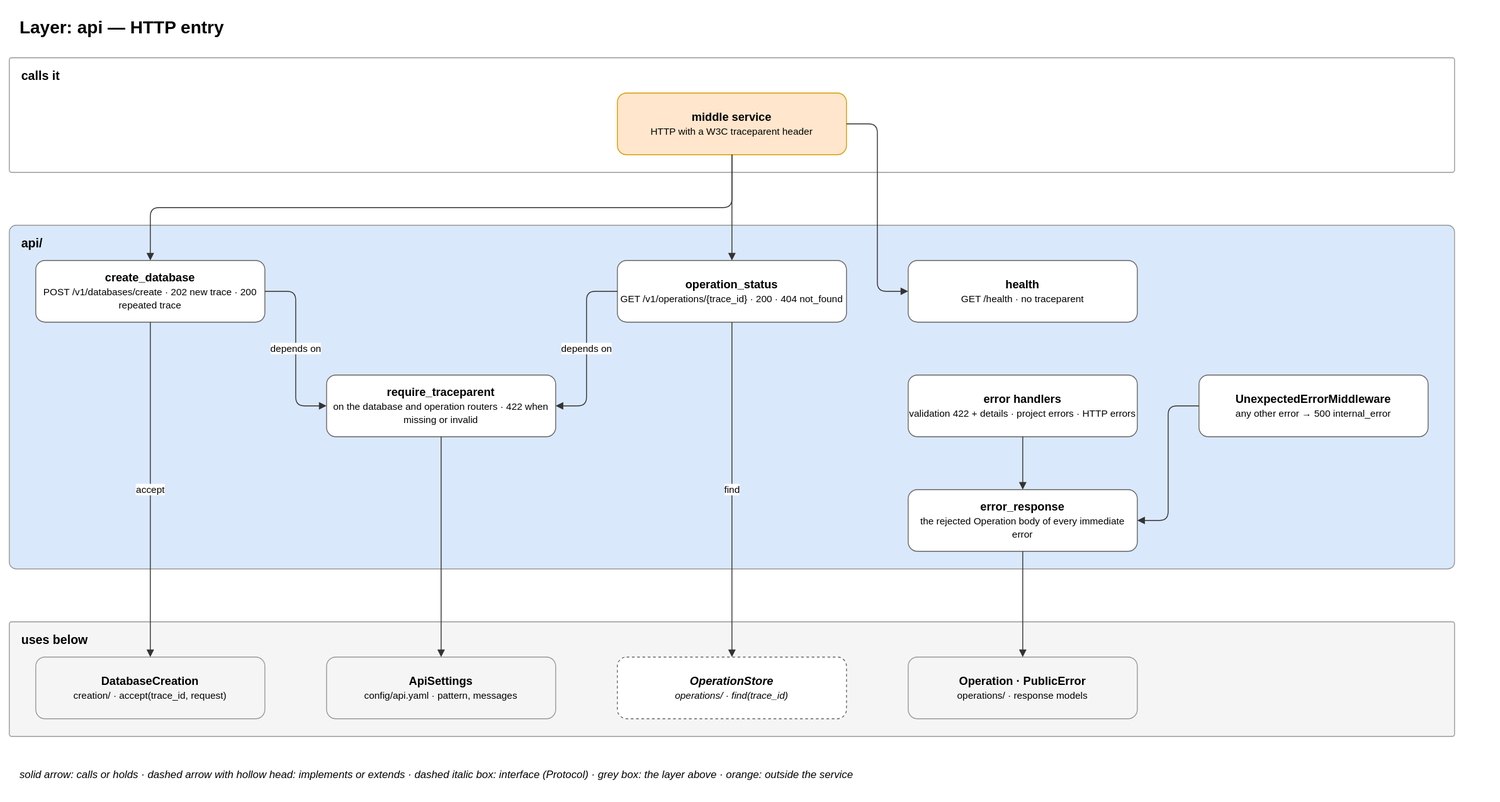
This is docs/diagrams/03-layer-api.drawio.svg from EliShteinman/redis-enterprise-services, a draw.io export, as it was before one commit. Source tidied: cells renumbered, new cells last; positions are measured from the earlier drawing's top-left corner, leaving out a move shared by most shapes. Source of this version:
```xml
<mxGraphModel>
  <root>
    <mxCell id="0" />
    <mxCell id="1" parent="0" />
    <mxCell id="2" value="&lt;b&gt;Layer: api — HTTP entry&lt;/b&gt;" style="text;html=1;fontSize=20;align=left;verticalAlign=middle;" parent="1" vertex="1">
      <mxGeometry x="10" width="1660" height="40" as="geometry" />
    </mxCell>
    <mxCell id="3" value="&lt;b&gt;calls it&lt;/b&gt;" style="rounded=1;arcSize=2;fillColor=#ffffff;strokeColor=#999999;verticalAlign=top;align=left;spacingLeft=12;spacingTop=6;html=1;fontSize=14;" parent="1" vertex="1">
      <mxGeometry y="55" width="1640" height="130" as="geometry" />
    </mxCell>
    <mxCell id="4" value="&lt;b&gt;middle service&lt;/b&gt;&lt;br&gt;&lt;font style='font-size:11px'&gt;HTTP with a W3C traceparent header&lt;/font&gt;" style="rounded=1;whiteSpace=wrap;html=1;fillColor=#ffe6cc;strokeColor=#d79b00;fontSize=13;" parent="1" vertex="1">
      <mxGeometry x="690" y="95" width="260" height="70" as="geometry" />
    </mxCell>
    <mxCell id="5" value="&lt;b&gt;api/&lt;/b&gt;" style="rounded=1;arcSize=2;fillColor=#dae8fc;strokeColor=#999999;verticalAlign=top;align=left;spacingLeft=12;spacingTop=6;html=1;fontSize=14;" parent="1" vertex="1">
      <mxGeometry y="245" width="1640" height="390" as="geometry" />
    </mxCell>
    <mxCell id="6" value="&lt;b&gt;create_database&lt;/b&gt;&lt;br&gt;&lt;font style='font-size:11px'&gt;POST /v1/databases/create · 202 new trace · 200 repeated trace&lt;/font&gt;" style="rounded=1;whiteSpace=wrap;html=1;fillColor=#ffffff;strokeColor=#666666;fontSize=13;" parent="1" vertex="1">
      <mxGeometry x="30" y="285" width="260" height="70" as="geometry" />
    </mxCell>
    <mxCell id="7" value="&lt;b&gt;operation_status&lt;/b&gt;&lt;br&gt;&lt;font style='font-size:11px'&gt;GET /v1/operations/{trace_id} · 200 · 404 not_found&lt;/font&gt;" style="rounded=1;whiteSpace=wrap;html=1;fillColor=#ffffff;strokeColor=#666666;fontSize=13;" parent="1" vertex="1">
      <mxGeometry x="690" y="285" width="260" height="70" as="geometry" />
    </mxCell>
    <mxCell id="8" value="&lt;b&gt;health&lt;/b&gt;&lt;br&gt;&lt;font style='font-size:11px'&gt;GET /health · no traceparent&lt;/font&gt;" style="rounded=1;whiteSpace=wrap;html=1;fillColor=#ffffff;strokeColor=#666666;fontSize=13;" parent="1" vertex="1">
      <mxGeometry x="1020" y="285" width="260" height="70" as="geometry" />
    </mxCell>
    <mxCell id="9" value="&lt;b&gt;require_traceparent&lt;/b&gt;&lt;br&gt;&lt;font style='font-size:11px'&gt;on the database and operation routers · 422 when missing or invalid&lt;/font&gt;" style="rounded=1;whiteSpace=wrap;html=1;fillColor=#ffffff;strokeColor=#666666;fontSize=13;" parent="1" vertex="1">
      <mxGeometry x="360" y="415" width="260" height="70" as="geometry" />
    </mxCell>
    <mxCell id="10" value="&lt;b&gt;error handlers&lt;/b&gt;&lt;br&gt;&lt;font style='font-size:11px'&gt;validation 422 + details · project errors · HTTP errors&lt;/font&gt;" style="rounded=1;whiteSpace=wrap;html=1;fillColor=#ffffff;strokeColor=#666666;fontSize=13;" parent="1" vertex="1">
      <mxGeometry x="1020" y="415" width="260" height="70" as="geometry" />
    </mxCell>
    <mxCell id="11" value="&lt;b&gt;UnexpectedErrorMiddleware&lt;/b&gt;&lt;br&gt;&lt;font style='font-size:11px'&gt;any other error → 500 internal_error&lt;/font&gt;" style="rounded=1;whiteSpace=wrap;html=1;fillColor=#ffffff;strokeColor=#666666;fontSize=13;" parent="1" vertex="1">
      <mxGeometry x="1350" y="415" width="260" height="70" as="geometry" />
    </mxCell>
    <mxCell id="12" value="&lt;b&gt;error_response&lt;/b&gt;&lt;br&gt;&lt;font style='font-size:11px'&gt;the rejected Operation body of every immediate error&lt;/font&gt;" style="rounded=1;whiteSpace=wrap;html=1;fillColor=#ffffff;strokeColor=#666666;fontSize=13;" parent="1" vertex="1">
      <mxGeometry x="1020" y="545" width="260" height="70" as="geometry" />
    </mxCell>
    <mxCell id="13" value="&lt;b&gt;uses below&lt;/b&gt;" style="rounded=1;arcSize=2;fillColor=#f5f5f5;strokeColor=#999999;verticalAlign=top;align=left;spacingLeft=12;spacingTop=6;html=1;fontSize=14;" parent="1" vertex="1">
      <mxGeometry y="695" width="1640" height="130" as="geometry" />
    </mxCell>
    <mxCell id="14" value="&lt;b&gt;DatabaseCreation&lt;/b&gt;&lt;br&gt;&lt;font style='font-size:11px'&gt;creation/ · accept(trace_id, request)&lt;/font&gt;" style="rounded=1;whiteSpace=wrap;html=1;fillColor=#f5f5f5;strokeColor=#999999;fontSize=13;" parent="1" vertex="1">
      <mxGeometry x="30" y="735" width="260" height="70" as="geometry" />
    </mxCell>
    <mxCell id="15" value="&lt;b&gt;ApiSettings&lt;/b&gt;&lt;br&gt;&lt;font style='font-size:11px'&gt;config/api.yaml · pattern, messages&lt;/font&gt;" style="rounded=1;whiteSpace=wrap;html=1;fillColor=#f5f5f5;strokeColor=#999999;fontSize=13;" parent="1" vertex="1">
      <mxGeometry x="360" y="735" width="260" height="70" as="geometry" />
    </mxCell>
    <mxCell id="16" value="&lt;b&gt;OperationStore&lt;/b&gt;&lt;br&gt;&lt;font style='font-size:11px'&gt;operations/ · find(trace_id)&lt;/font&gt;" style="rounded=1;whiteSpace=wrap;html=1;fillColor=#ffffff;strokeColor=#666666;fontSize=13;dashed=1;fontStyle=2;" parent="1" vertex="1">
      <mxGeometry x="690" y="735" width="260" height="70" as="geometry" />
    </mxCell>
    <mxCell id="17" value="&lt;b&gt;Operation · PublicError&lt;/b&gt;&lt;br&gt;&lt;font style='font-size:11px'&gt;operations/ · response models&lt;/font&gt;" style="rounded=1;whiteSpace=wrap;html=1;fillColor=#f5f5f5;strokeColor=#999999;fontSize=13;" parent="1" vertex="1">
      <mxGeometry x="1020" y="735" width="260" height="70" as="geometry" />
    </mxCell>
    <mxCell id="18" style="edgeStyle=orthogonalEdgeStyle;rounded=1;html=1;fontSize=11;labelBackgroundColor=#ffffff;exitX=0.5;exitY=1;entryX=0.5;entryY=0;endArrow=block;strokeColor=#333333;" parent="1" edge="1" source="4" target="6">
      <mxGeometry relative="1" as="geometry" />
    </mxCell>
    <mxCell id="19" style="edgeStyle=orthogonalEdgeStyle;rounded=1;html=1;fontSize=11;labelBackgroundColor=#ffffff;exitX=0.5;exitY=1;entryX=0.5;entryY=0;endArrow=block;strokeColor=#333333;" parent="1" edge="1" source="4" target="7">
      <mxGeometry relative="1" as="geometry" />
    </mxCell>
    <mxCell id="20" style="edgeStyle=orthogonalEdgeStyle;rounded=1;html=1;fontSize=11;labelBackgroundColor=#ffffff;exitX=1;exitY=0.5;entryX=0;entryY=0.5;endArrow=block;strokeColor=#333333;" parent="1" edge="1" source="4" target="8">
      <mxGeometry relative="1" as="geometry" />
    </mxCell>
    <mxCell id="21" value="depends on" style="edgeStyle=orthogonalEdgeStyle;rounded=1;html=1;fontSize=11;labelBackgroundColor=#ffffff;exitX=1;exitY=0.5;entryX=0;entryY=0.5;endArrow=block;strokeColor=#333333;" parent="1" edge="1" source="6" target="9">
      <mxGeometry relative="1" as="geometry" />
    </mxCell>
    <mxCell id="22" value="depends on" style="edgeStyle=orthogonalEdgeStyle;rounded=1;html=1;fontSize=11;labelBackgroundColor=#ffffff;exitX=0;exitY=0.5;entryX=1;entryY=0.5;endArrow=block;strokeColor=#333333;" parent="1" edge="1" source="7" target="9">
      <mxGeometry relative="1" as="geometry" />
    </mxCell>
    <mxCell id="23" value="accept" style="edgeStyle=orthogonalEdgeStyle;rounded=1;html=1;fontSize=11;labelBackgroundColor=#ffffff;exitX=0.5;exitY=1;entryX=0.5;entryY=0;endArrow=block;strokeColor=#333333;" parent="1" edge="1" source="6" target="14">
      <mxGeometry relative="1" as="geometry" />
    </mxCell>
    <mxCell id="24" value="find" style="edgeStyle=orthogonalEdgeStyle;rounded=1;html=1;fontSize=11;labelBackgroundColor=#ffffff;exitX=0.5;exitY=1;entryX=0.5;entryY=0;endArrow=block;strokeColor=#333333;" parent="1" edge="1" source="7" target="16">
      <mxGeometry relative="1" as="geometry" />
    </mxCell>
    <mxCell id="25" style="edgeStyle=orthogonalEdgeStyle;rounded=1;html=1;fontSize=11;labelBackgroundColor=#ffffff;exitX=0.5;exitY=1;entryX=0.5;entryY=0;endArrow=block;strokeColor=#333333;" parent="1" edge="1" source="9" target="15">
      <mxGeometry relative="1" as="geometry" />
    </mxCell>
    <mxCell id="26" style="edgeStyle=orthogonalEdgeStyle;rounded=1;html=1;fontSize=11;labelBackgroundColor=#ffffff;exitX=0.5;exitY=1;entryX=0.5;entryY=0;endArrow=block;strokeColor=#333333;" parent="1" edge="1" source="10" target="12">
      <mxGeometry relative="1" as="geometry" />
    </mxCell>
    <mxCell id="27" style="edgeStyle=orthogonalEdgeStyle;rounded=1;html=1;fontSize=11;labelBackgroundColor=#ffffff;exitX=0;exitY=0.5;entryX=1;entryY=0.5;endArrow=block;strokeColor=#333333;" parent="1" edge="1" source="11" target="12">
      <mxGeometry relative="1" as="geometry" />
    </mxCell>
    <mxCell id="28" style="edgeStyle=orthogonalEdgeStyle;rounded=1;html=1;fontSize=11;labelBackgroundColor=#ffffff;exitX=0.5;exitY=1;entryX=0.5;entryY=0;endArrow=block;strokeColor=#333333;" parent="1" edge="1" source="12" target="17">
      <mxGeometry relative="1" as="geometry" />
    </mxCell>
    <mxCell id="29" value="&lt;i&gt;solid arrow: calls or holds · dashed arrow with hollow head: implements or extends · dashed italic box: interface (Protocol) · grey box: the layer above · orange: outside the service&lt;/i&gt;" style="text;html=1;fontSize=12;align=left;" parent="1" vertex="1">
      <mxGeometry x="10" y="855" width="1660" height="24" as="geometry" />
    </mxCell>
  </root>
</mxGraphModel>
```
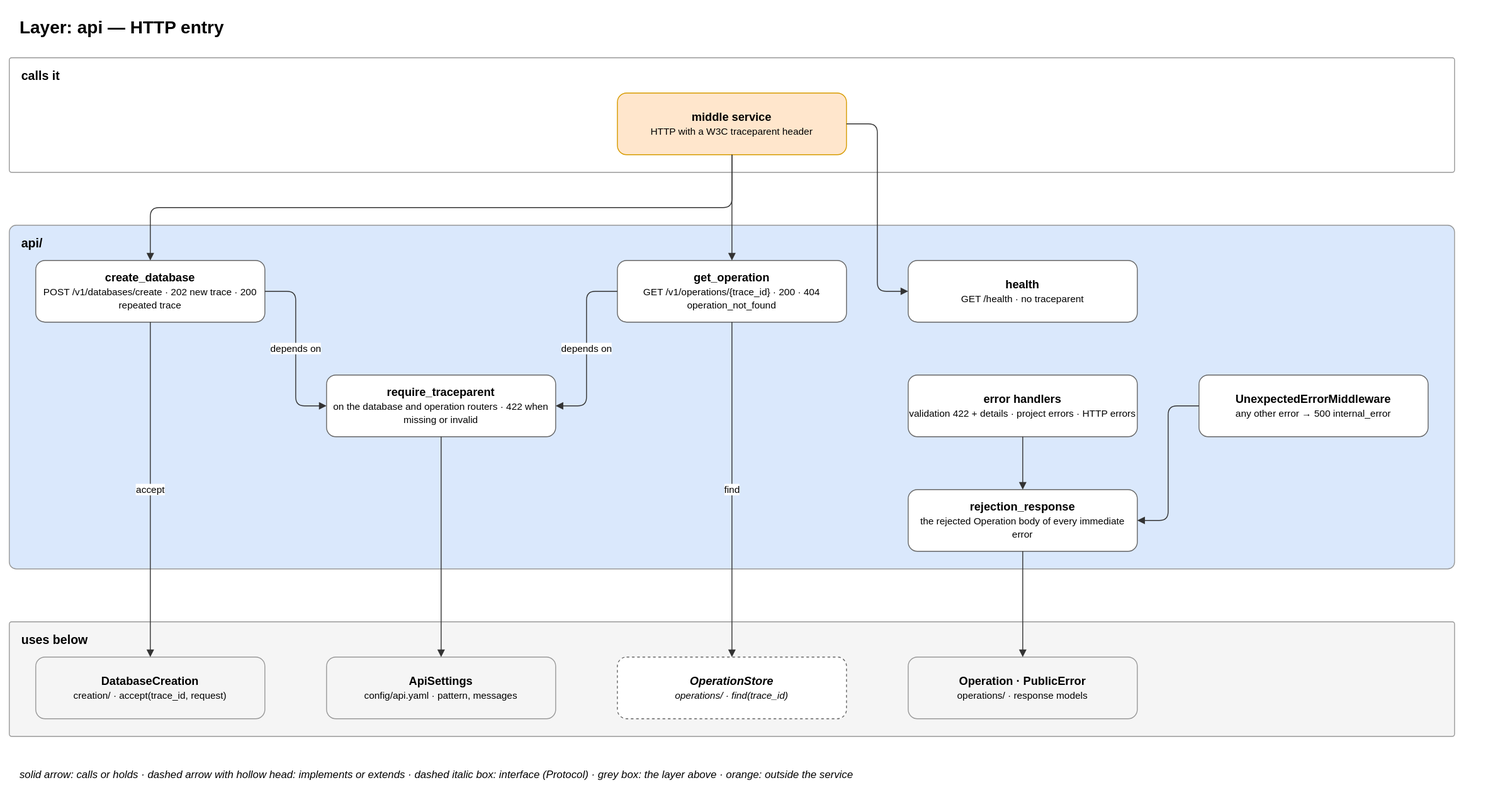
The same diagram one commit later.

The edit, as a diff of the source:
```diff
@@ -17,7 +17,7 @@
     <mxCell id="6" value="&lt;b&gt;create_database&lt;/b&gt;&lt;br&gt;&lt;font style='font-size:11px'&gt;POST /v1/databases/create · 202 new trace · 200 repeated trace&lt;/font&gt;" style="rounded=1;whiteSpace=wrap;html=1;fillColor=#ffffff;strokeColor=#666666;fontSize=13;" parent="1" vertex="1">
       <mxGeometry x="30" y="285" width="260" height="70" as="geometry" />
     </mxCell>
-    <mxCell id="7" value="&lt;b&gt;operation_status&lt;/b&gt;&lt;br&gt;&lt;font style='font-size:11px'&gt;GET /v1/operations/{trace_id} · 200 · 404 not_found&lt;/font&gt;" style="rounded=1;whiteSpace=wrap;html=1;fillColor=#ffffff;strokeColor=#666666;fontSize=13;" parent="1" vertex="1">
+    <mxCell id="7" value="&lt;b&gt;get_operation&lt;/b&gt;&lt;br&gt;&lt;font style='font-size:11px'&gt;GET /v1/operations/{trace_id} · 200 · 404 operation_not_found&lt;/font&gt;" style="rounded=1;whiteSpace=wrap;html=1;fillColor=#ffffff;strokeColor=#666666;fontSize=13;" parent="1" vertex="1">
       <mxGeometry x="690" y="285" width="260" height="70" as="geometry" />
     </mxCell>
     <mxCell id="8" value="&lt;b&gt;health&lt;/b&gt;&lt;br&gt;&lt;font style='font-size:11px'&gt;GET /health · no traceparent&lt;/font&gt;" style="rounded=1;whiteSpace=wrap;html=1;fillColor=#ffffff;strokeColor=#666666;fontSize=13;" parent="1" vertex="1">
@@ -32,7 +32,7 @@
     <mxCell id="11" value="&lt;b&gt;UnexpectedErrorMiddleware&lt;/b&gt;&lt;br&gt;&lt;font style='font-size:11px'&gt;any other error → 500 internal_error&lt;/font&gt;" style="rounded=1;whiteSpace=wrap;html=1;fillColor=#ffffff;strokeColor=#666666;fontSize=13;" parent="1" vertex="1">
       <mxGeometry x="1350" y="415" width="260" height="70" as="geometry" />
     </mxCell>
-    <mxCell id="12" value="&lt;b&gt;error_response&lt;/b&gt;&lt;br&gt;&lt;font style='font-size:11px'&gt;the rejected Operation body of every immediate error&lt;/font&gt;" style="rounded=1;whiteSpace=wrap;html=1;fillColor=#ffffff;strokeColor=#666666;fontSize=13;" parent="1" vertex="1">
+    <mxCell id="12" value="&lt;b&gt;rejection_response&lt;/b&gt;&lt;br&gt;&lt;font style='font-size:11px'&gt;the rejected Operation body of every immediate error&lt;/font&gt;" style="rounded=1;whiteSpace=wrap;html=1;fillColor=#ffffff;strokeColor=#666666;fontSize=13;" parent="1" vertex="1">
       <mxGeometry x="1020" y="545" width="260" height="70" as="geometry" />
     </mxCell>
     <mxCell id="13" value="&lt;b&gt;uses below&lt;/b&gt;" style="rounded=1;arcSize=2;fillColor=#f5f5f5;strokeColor=#999999;verticalAlign=top;align=left;spacingLeft=12;spacingTop=6;html=1;fontSize=14;" parent="1" vertex="1">
```
